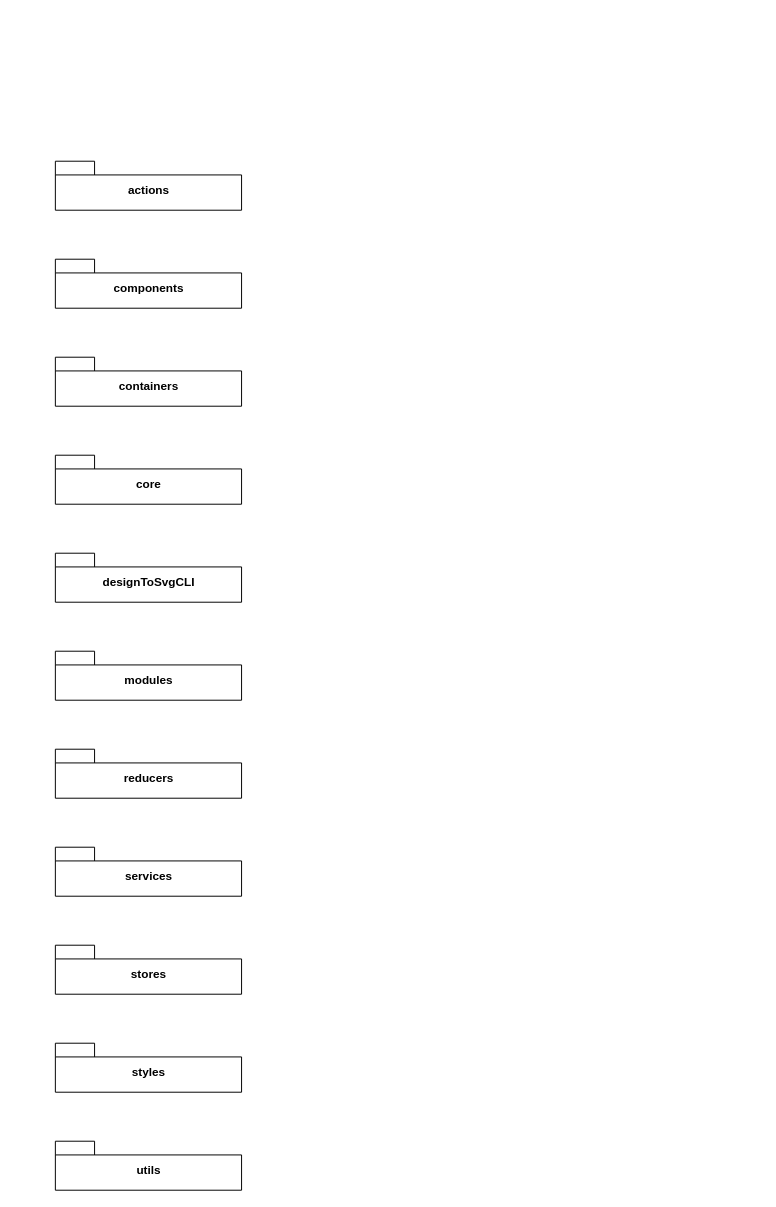
This is Arbeit/diagrams/Ist-Architektur/Paketdiagram-Grob.drawio from albreax/Diplomarbeit, a draw.io file, before an edit. Source tidied: cells renumbered, new cells numbered last; positions are measured from the earlier drawing's top-left corner, leaving out a move shared by most shapes. Both pictures are drawn from the tidied source at 98%, with x=0, y=0 at pixel (55, 161).
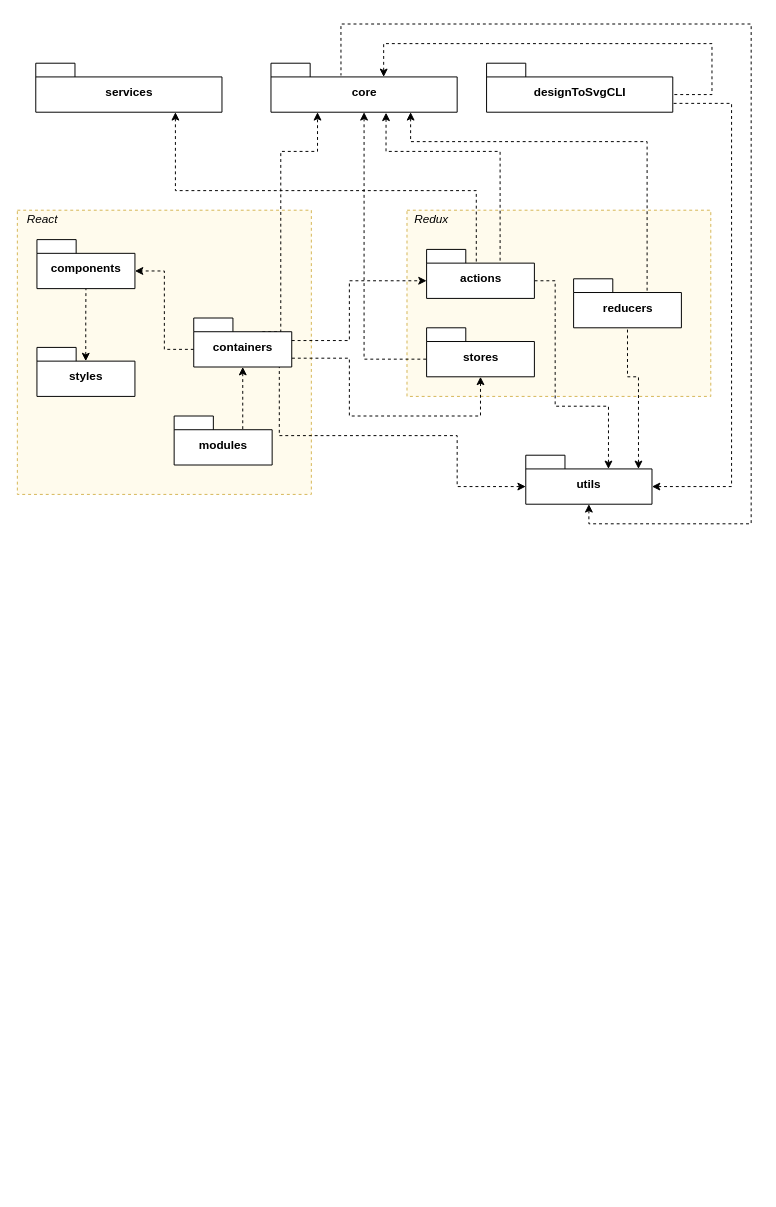
After the change.

The edit, as a diff of the source:
```diff
@@
-    <mxCell id="2" value="actions" style="shape=folder;fontStyle=1;spacingTop=10;tabWidth=40;tabHeight=14;tabPosition=left;html=1;" parent="1" vertex="1">
-      <mxGeometry width="190" height="50" as="geometry" />
-    </mxCell>
-    <mxCell id="3" value="components" style="shape=folder;fontStyle=1;spacingTop=10;tabWidth=40;tabHeight=14;tabPosition=left;html=1;" parent="1" vertex="1">
-      <mxGeometry y="100" width="190" height="50" as="geometry" />
-    </mxCell>
-    <mxCell id="4" value="containers" style="shape=folder;fontStyle=1;spacingTop=10;tabWidth=40;tabHeight=14;tabPosition=left;html=1;" parent="1" vertex="1">
-      <mxGeometry y="200" width="190" height="50" as="geometry" />
-    </mxCell>
+    <mxCell id="13" style="rounded=0;whiteSpace=wrap;html=1;strokeColor=#d6b656;dashed=1;fillColor=#FFFBED;" parent="1" vertex="1">
+      <mxGeometry x="-38.8" y="50" width="300" height="290" as="geometry" />
+    </mxCell>
+    <mxCell id="14" style="rounded=0;whiteSpace=wrap;html=1;strokeColor=#d6b656;dashed=1;fillColor=#FFFBED;" parent="1" vertex="1">
+      <mxGeometry x="358.8" y="50" width="310" height="190" as="geometry" />
+    </mxCell>
+    <mxCell id="15" style="edgeStyle=orthogonalEdgeStyle;rounded=0;jettySize=auto;html=1;exitX=0;exitY=0;exitDx=115;exitDy=14;exitPerimeter=0;entryX=0;entryY=0;entryDx=190;entryDy=32;entryPerimeter=0;dashed=1;startArrow=classic;startFill=1;endArrow=none;endFill=0;" parent="1" edge="1" source="5" target="6">
+      <mxGeometry relative="1" as="geometry">
+        <Array as="points">
+          <mxPoint x="335" y="-120" />
+          <mxPoint x="670" y="-120" />
+          <mxPoint x="670" y="-68" />
+        </Array>
+      </mxGeometry>
+    </mxCell>
+    <mxCell id="16" style="edgeStyle=orthogonalEdgeStyle;rounded=0;jettySize=auto;html=1;exitX=0.5;exitY=1;exitDx=0;exitDy=0;exitPerimeter=0;entryX=0;entryY=0;entryDx=0;entryDy=32;entryPerimeter=0;dashed=1;startArrow=classic;startFill=1;endArrow=none;endFill=0;" parent="1" edge="1" source="5" target="10">
+      <mxGeometry relative="1" as="geometry" />
+    </mxCell>
+    <mxCell id="17" style="edgeStyle=orthogonalEdgeStyle;rounded=0;jettySize=auto;html=1;exitX=0.618;exitY=1.01;exitDx=0;exitDy=0;exitPerimeter=0;entryX=0;entryY=0;entryDx=75;entryDy=14;entryPerimeter=0;dashed=1;startArrow=classic;startFill=1;endArrow=none;endFill=0;" parent="1" edge="1" source="5" target="2">
+      <mxGeometry relative="1" as="geometry">
+        <Array as="points">
+          <mxPoint x="337" y="-10" />
+          <mxPoint x="454" y="-10" />
+        </Array>
+      </mxGeometry>
+    </mxCell>
+    <mxCell id="18" style="edgeStyle=orthogonalEdgeStyle;rounded=0;jettySize=auto;html=1;exitX=0.75;exitY=1;exitDx=0;exitDy=0;exitPerimeter=0;entryX=0;entryY=0;entryDx=75;entryDy=14;entryPerimeter=0;dashed=1;startArrow=classic;startFill=1;endArrow=none;endFill=0;" parent="1" edge="1" source="5" target="8">
+      <mxGeometry relative="1" as="geometry">
+        <Array as="points">
+          <mxPoint x="363" y="-20" />
+          <mxPoint x="604" y="-20" />
+        </Array>
+      </mxGeometry>
+    </mxCell>
     <mxCell id="5" value="core" style="shape=folder;fontStyle=1;spacingTop=10;tabWidth=40;tabHeight=14;tabPosition=left;html=1;" parent="1" vertex="1">
-      <mxGeometry y="300" width="190" height="50" as="geometry" />
+      <mxGeometry x="220" y="-100" width="190" height="50" as="geometry" />
     </mxCell>
     <mxCell id="6" value="designToSvgCLI" style="shape=folder;fontStyle=1;spacingTop=10;tabWidth=40;tabHeight=14;tabPosition=left;html=1;" parent="1" vertex="1">
-      <mxGeometry y="400" width="190" height="50" as="geometry" />
+      <mxGeometry x="440" y="-100" width="190" height="50" as="geometry" />
     </mxCell>
+    <mxCell id="9" value="services" style="shape=folder;fontStyle=1;spacingTop=10;tabWidth=40;tabHeight=14;tabPosition=left;html=1;" parent="1" vertex="1">
+      <mxGeometry x="-20" y="-100" width="190" height="50" as="geometry" />
+    </mxCell>
+    <mxCell id="19" style="edgeStyle=orthogonalEdgeStyle;rounded=0;jettySize=auto;html=1;exitX=0;exitY=0;exitDx=115;exitDy=14;exitPerimeter=0;dashed=1;startArrow=classic;startFill=1;endArrow=none;endFill=0;entryX=0.5;entryY=1;entryDx=0;entryDy=0;entryPerimeter=0;" parent="1" edge="1" source="12" target="8">
+      <mxGeometry relative="1" as="geometry">
+        <Array as="points">
+          <mxPoint x="595" y="220" />
+          <mxPoint x="584" y="220" />
+        </Array>
+      </mxGeometry>
+    </mxCell>
+    <mxCell id="20" style="edgeStyle=orthogonalEdgeStyle;rounded=0;jettySize=auto;html=1;exitX=0;exitY=0;exitDx=84.38;exitDy=14;exitPerimeter=0;entryX=0;entryY=0;entryDx=110;entryDy=32;entryPerimeter=0;dashed=1;startArrow=classic;startFill=1;endArrow=none;endFill=0;" parent="1" edge="1" source="12" target="2">
+      <mxGeometry relative="1" as="geometry">
+        <Array as="points">
+          <mxPoint x="564" y="250" />
+          <mxPoint x="510" y="250" />
+          <mxPoint x="510" y="122" />
+        </Array>
+      </mxGeometry>
+    </mxCell>
+    <mxCell id="21" style="edgeStyle=orthogonalEdgeStyle;rounded=0;jettySize=auto;html=1;exitX=0;exitY=0;exitDx=0;exitDy=32;exitPerimeter=0;entryX=0.873;entryY=1;entryDx=0;entryDy=0;entryPerimeter=0;dashed=1;startArrow=classic;startFill=1;endArrow=none;endFill=0;" parent="1" edge="1" source="12" target="3">
+      <mxGeometry relative="1" as="geometry">
+        <Array as="points">
+          <mxPoint x="410" y="332" />
+          <mxPoint x="410" y="280" />
+          <mxPoint x="229" y="280" />
+        </Array>
+      </mxGeometry>
+    </mxCell>
+    <mxCell id="22" style="edgeStyle=orthogonalEdgeStyle;rounded=0;jettySize=auto;html=1;exitX=0.5;exitY=1;exitDx=0;exitDy=0;exitPerimeter=0;entryX=0.376;entryY=0.25;entryDx=0;entryDy=0;entryPerimeter=0;dashed=1;startArrow=classic;startFill=1;endArrow=none;endFill=0;" parent="1" edge="1" source="12" target="5">
+      <mxGeometry relative="1" as="geometry">
+        <Array as="points">
+          <mxPoint x="544" y="370" />
+          <mxPoint x="710" y="370" />
+          <mxPoint x="710" y="-140" />
+          <mxPoint x="291" y="-140" />
+        </Array>
+      </mxGeometry>
+    </mxCell>
+    <mxCell id="23" style="edgeStyle=orthogonalEdgeStyle;rounded=0;jettySize=auto;html=1;exitX=0;exitY=0;exitDx=128.76;exitDy=32;exitPerimeter=0;entryX=0;entryY=0;entryDx=190;entryDy=41;entryPerimeter=0;dashed=1;startArrow=classic;startFill=1;endArrow=none;endFill=0;" parent="1" edge="1" source="12" target="6">
+      <mxGeometry relative="1" as="geometry">
+        <Array as="points">
+          <mxPoint x="690" y="332" />
+          <mxPoint x="690" y="-59" />
+        </Array>
+      </mxGeometry>
+    </mxCell>
+    <mxCell id="12" value="utils" style="shape=folder;fontStyle=1;spacingTop=10;tabWidth=40;tabHeight=14;tabPosition=left;html=1;" parent="1" vertex="1">
+      <mxGeometry x="480" y="300" width="128.8" height="50" as="geometry" />
+    </mxCell>
+    <mxCell id="24" style="edgeStyle=none;rounded=0;orthogonalLoop=1;jettySize=auto;html=1;exitX=0.25;exitY=1;exitDx=0;exitDy=0;exitPerimeter=0;dashed=1;startArrow=classic;startFill=1;endArrow=none;endFill=0;" parent="1" edge="1" source="5" target="5">
+      <mxGeometry relative="1" as="geometry" />
+    </mxCell>
+    <mxCell id="25" value="React" style="text;html=1;strokeColor=none;fillColor=none;align=center;verticalAlign=middle;whiteSpace=wrap;rounded=0;dashed=1;fontStyle=2;" parent="1" vertex="1">
+      <mxGeometry x="-38.8" y="50" width="52.2" height="20" as="geometry" />
+    </mxCell>
+    <mxCell id="26" style="edgeStyle=orthogonalEdgeStyle;rounded=0;orthogonalLoop=1;jettySize=auto;html=1;exitX=0.5;exitY=1;exitDx=0;exitDy=0;" parent="1" edge="1" source="13" target="13">
+      <mxGeometry x="51.2" y="250" as="geometry" />
+    </mxCell>
+    <mxCell id="27" style="edgeStyle=orthogonalEdgeStyle;rounded=0;jettySize=auto;html=1;exitX=0;exitY=0;exitDx=0;exitDy=32;exitPerimeter=0;entryX=0;entryY=0;entryDx=100;entryDy=32;entryPerimeter=0;dashed=1;startArrow=none;startFill=0;endArrow=classic;endFill=1;" parent="1" edge="1" source="3" target="4">
+      <mxGeometry x="51.2" y="250" as="geometry" />
+    </mxCell>
+    <mxCell id="28" style="edgeStyle=none;rounded=0;jettySize=auto;html=1;exitX=0.5;exitY=1;exitDx=0;exitDy=0;exitPerimeter=0;entryX=0;entryY=0;entryDx=70;entryDy=14;entryPerimeter=0;dashed=1;startArrow=classic;startFill=1;endArrow=none;endFill=0;" parent="1" edge="1" source="3" target="7">
+      <mxGeometry x="51.2" y="250" as="geometry" />
+    </mxCell>
+    <mxCell id="29" style="edgeStyle=orthogonalEdgeStyle;rounded=0;jettySize=auto;html=1;exitX=0;exitY=0;exitDx=70;exitDy=14;exitPerimeter=0;dashed=1;startArrow=none;startFill=0;endArrow=classic;endFill=1;entryX=0.25;entryY=1;entryDx=0;entryDy=0;entryPerimeter=0;" parent="1" edge="1" source="3" target="5">
+      <mxGeometry relative="1" as="geometry">
+        <Array as="points">
+          <mxPoint x="230" y="174" />
+          <mxPoint x="230" y="-10" />
+          <mxPoint x="268" y="-10" />
+          <mxPoint x="268" y="-50" />
+        </Array>
+      </mxGeometry>
+    </mxCell>
+    <mxCell id="3" value="containers" style="shape=folder;fontStyle=1;spacingTop=10;tabWidth=40;tabHeight=14;tabPosition=left;html=1;" parent="1" vertex="1">
+      <mxGeometry x="141.2" y="160" width="100" height="50" as="geometry" />
+    </mxCell>
+    <mxCell id="30" style="edgeStyle=orthogonalEdgeStyle;rounded=0;jettySize=auto;html=1;exitX=0.498;exitY=0.28;exitDx=0;exitDy=0;exitPerimeter=0;dashed=1;startArrow=classic;startFill=1;endArrow=none;endFill=0;" parent="1" edge="1" source="11" target="4">
+      <mxGeometry x="51.2" y="250" as="geometry" />
+    </mxCell>
+    <mxCell id="11" value="styles" style="shape=folder;fontStyle=1;spacingTop=10;tabWidth=40;tabHeight=14;tabPosition=left;html=1;" parent="1" vertex="1">
+      <mxGeometry x="-18.8" y="190" width="100" height="50" as="geometry" />
+    </mxCell>
     <mxCell id="7" value="modules" style="shape=folder;fontStyle=1;spacingTop=10;tabWidth=40;tabHeight=14;tabPosition=left;html=1;" parent="1" vertex="1">
-      <mxGeometry y="500" width="190" height="50" as="geometry" />
+      <mxGeometry x="121.2" y="260" width="100" height="50" as="geometry" />
     </mxCell>
+    <mxCell id="4" value="components" style="shape=folder;fontStyle=1;spacingTop=10;tabWidth=40;tabHeight=14;tabPosition=left;html=1;" parent="1" vertex="1">
+      <mxGeometry x="-18.8" y="80" width="100" height="50" as="geometry" />
+    </mxCell>
+    <mxCell id="31" value="&lt;i&gt;Redux&lt;/i&gt;" style="text;html=1;strokeColor=none;fillColor=none;align=center;verticalAlign=middle;whiteSpace=wrap;rounded=0;" parent="1" vertex="1">
+      <mxGeometry x="358.8" y="50" width="50" height="20" as="geometry" />
+    </mxCell>
+    <mxCell id="10" value="stores" style="shape=folder;fontStyle=1;spacingTop=10;tabWidth=40;tabHeight=14;tabPosition=left;html=1;" parent="1" vertex="1">
+      <mxGeometry x="378.8" y="170" width="110" height="50" as="geometry" />
+    </mxCell>
     <mxCell id="8" value="reducers" style="shape=folder;fontStyle=1;spacingTop=10;tabWidth=40;tabHeight=14;tabPosition=left;html=1;" parent="1" vertex="1">
-      <mxGeometry y="600" width="190" height="50" as="geometry" />
+      <mxGeometry x="528.8" y="120" width="110" height="50" as="geometry" />
     </mxCell>
-    <mxCell id="9" value="services" style="shape=folder;fontStyle=1;spacingTop=10;tabWidth=40;tabHeight=14;tabPosition=left;html=1;" parent="1" vertex="1">
-      <mxGeometry y="700" width="190" height="50" as="geometry" />
-    </mxCell>
-    <mxCell id="10" value="stores" style="shape=folder;fontStyle=1;spacingTop=10;tabWidth=40;tabHeight=14;tabPosition=left;html=1;" parent="1" vertex="1">
-      <mxGeometry y="800" width="190" height="50" as="geometry" />
-    </mxCell>
-    <mxCell id="11" value="styles" style="shape=folder;fontStyle=1;spacingTop=10;tabWidth=40;tabHeight=14;tabPosition=left;html=1;" parent="1" vertex="1">
-      <mxGeometry y="900" width="190" height="50" as="geometry" />
-    </mxCell>
-    <mxCell id="12" value="utils" style="shape=folder;fontStyle=1;spacingTop=10;tabWidth=40;tabHeight=14;tabPosition=left;html=1;" parent="1" vertex="1">
-      <mxGeometry y="1000" width="190" height="50" as="geometry" />
-    </mxCell>
+    <mxCell id="2" value="actions" style="shape=folder;fontStyle=1;spacingTop=10;tabWidth=40;tabHeight=14;tabPosition=left;html=1;" parent="1" vertex="1">
+      <mxGeometry x="378.8" y="90" width="110" height="50" as="geometry" />
+    </mxCell>
+    <mxCell id="32" style="rounded=0;jettySize=auto;html=1;exitX=0.5;exitY=1;exitDx=0;exitDy=0;exitPerimeter=0;entryX=0;entryY=0;entryDx=100;entryDy=41;entryPerimeter=0;dashed=1;startArrow=classic;startFill=1;endArrow=none;endFill=0;edgeStyle=orthogonalEdgeStyle;" parent="1" edge="1" source="10" target="3">
+      <mxGeometry relative="1" as="geometry">
+        <Array as="points">
+          <mxPoint x="434" y="260" />
+          <mxPoint x="300" y="260" />
+          <mxPoint x="300" y="201" />
+        </Array>
+      </mxGeometry>
+    </mxCell>
+    <mxCell id="33" style="rounded=0;jettySize=auto;html=1;exitX=0;exitY=0;exitDx=100;exitDy=23;exitPerimeter=0;entryX=0;entryY=0;entryDx=0;entryDy=32;entryPerimeter=0;dashed=1;startArrow=none;startFill=0;endArrow=classic;endFill=1;edgeStyle=orthogonalEdgeStyle;" parent="1" edge="1" source="3" target="2">
+      <mxGeometry relative="1" as="geometry">
+        <Array as="points">
+          <mxPoint x="300" y="183" />
+          <mxPoint x="300" y="122" />
+        </Array>
+      </mxGeometry>
+    </mxCell>
+    <mxCell id="34" style="edgeStyle=orthogonalEdgeStyle;rounded=0;jettySize=auto;html=1;exitX=0.75;exitY=1;exitDx=0;exitDy=0;exitPerimeter=0;entryX=0.461;entryY=0.26;entryDx=0;entryDy=0;entryPerimeter=0;dashed=1;startArrow=classic;startFill=1;endArrow=none;endFill=0;" parent="1" edge="1" source="9" target="2">
+      <mxGeometry relative="1" as="geometry">
+        <Array as="points">
+          <mxPoint x="123" y="30" />
+          <mxPoint x="430" y="30" />
+        </Array>
+      </mxGeometry>
+    </mxCell>
```
